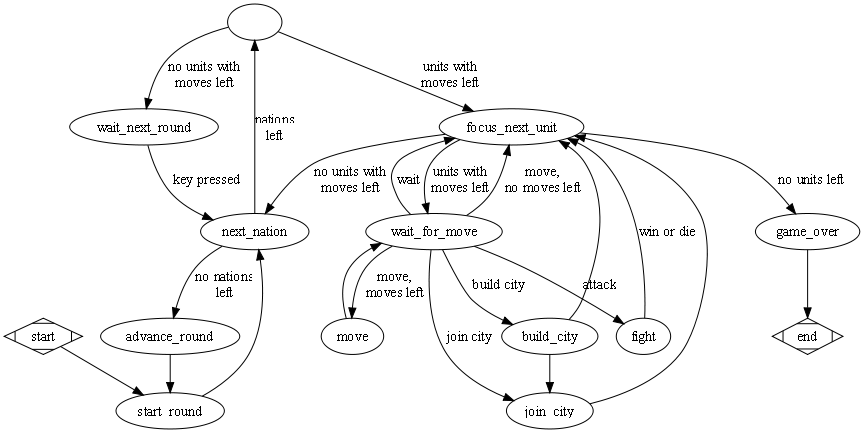
Before: cociv/doc/states.png, a diagram exported from Graphviz (andrenho/andrenho). Its source is kept beside it as cociv/doc/states.dot. Source of this version:
```dot
digraph g {

  size="9";

  nation_has_moves_left [label=""];

  start -> start_round;
  start_round -> next_nation;

  next_nation -> nation_has_moves_left [label="nations\nleft"];
  advance_round -> start_round;
  next_nation -> advance_round [label="no nations\nleft"];

  nation_has_moves_left -> wait_next_round [label="no units with\nmoves left"];
  nation_has_moves_left -> focus_next_unit [label="units with\nmoves left"];

  focus_next_unit -> wait_for_move [label="units with\nmoves left"];
  focus_next_unit -> next_nation [label="no units with\nmoves left"];
  focus_next_unit -> game_over [label="no units left"];
  wait_next_round -> next_nation [label="key pressed"];

  wait_for_move -> focus_next_unit [label="move,\nno moves left"];
  wait_for_move -> focus_next_unit [label="wait"];
  wait_for_move -> move [label="move,\nmoves left"];
  move -> wait_for_move;
  wait_for_move -> join_city [label="join city"];
  wait_for_move -> build_city [label="build city"];
  build_city -> join_city;
  wait_for_move -> fight [label="attack"];
  fight -> focus_next_unit [label="win or die"];

  join_city -> focus_next_unit;
  build_city -> focus_next_unit;

  game_over -> end;

  start [shape=Mdiamond];
  end [shape=Mdiamond];
}
```
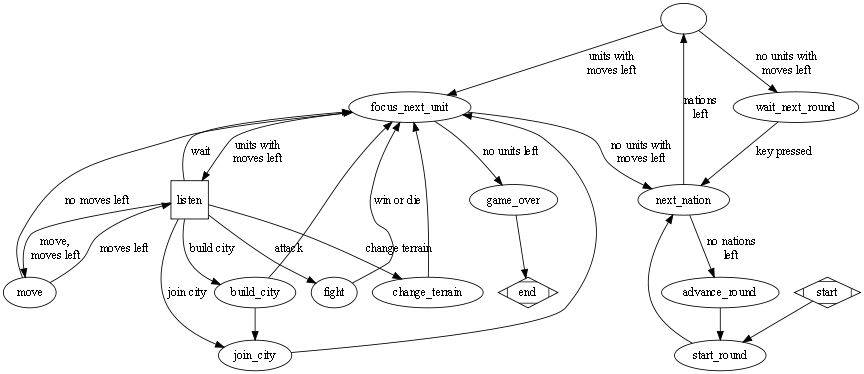
Above is the later version.

Diff of the diagram source:
```diff
@@ -14,19 +14,21 @@
   nation_has_moves_left -> wait_next_round [label="no units with\nmoves left"];
   nation_has_moves_left -> focus_next_unit [label="units with\nmoves left"];
 
-  focus_next_unit -> wait_for_move [label="units with\nmoves left"];
+  focus_next_unit -> listen [label="units with\nmoves left"];
   focus_next_unit -> next_nation [label="no units with\nmoves left"];
   focus_next_unit -> game_over [label="no units left"];
   wait_next_round -> next_nation [label="key pressed"];
 
-  wait_for_move -> focus_next_unit [label="move,\nno moves left"];
-  wait_for_move -> focus_next_unit [label="wait"];
-  wait_for_move -> move [label="move,\nmoves left"];
-  move -> wait_for_move;
-  wait_for_move -> join_city [label="join city"];
-  wait_for_move -> build_city [label="build city"];
+  listen -> focus_next_unit [label="wait"];
+  listen -> move [label="move,\nmoves left"];
+  listen -> change_terrain [label="change terrain"];
+  change_terrain -> focus_next_unit;
+  move -> listen [label="moves left"];
+  move -> focus_next_unit [label="no moves left"];
+  listen -> join_city [label="join city"];
+  listen -> build_city [label="build city"];
   build_city -> join_city;
-  wait_for_move -> fight [label="attack"];
+  listen -> fight [label="attack"];
   fight -> focus_next_unit [label="win or die"];
 
   join_city -> focus_next_unit;
@@ -36,4 +38,5 @@
 
   start [shape=Mdiamond];
   end [shape=Mdiamond];
+  listen [shape=square];
 }
```
